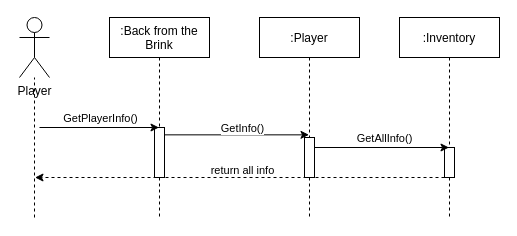
The draw.io diagram Documentation/Sequence Diagrams/View Player Information.drawio in cmcgarry5/csc2058-2021-g25, before the edit. Source tidied: cells renumbered, new cells numbered last; positions are measured from the earlier drawing's top-left corner, leaving out a move shared by most shapes. Both pictures are drawn from the tidied source at 100%, with x=0, y=0 at pixel (19, 17).
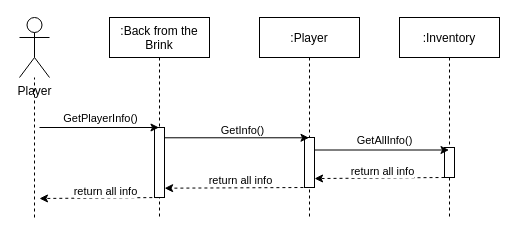
The same diagram, later.

The change refers to these unchanged cells:
```xml
<mxCell id="2" value=":Back from the &#10;Brink" style="shape=umlLifeline;perimeter=lifelinePerimeter;rounded=0;shadow=0;strokeWidth=1;" parent="1" vertex="1">
  <mxGeometry x="90" width="100" height="200" as="geometry" />
</mxCell>
<mxCell id="4" value=":Player" style="shape=umlLifeline;perimeter=lifelinePerimeter;rounded=0;shadow=0;strokeWidth=1;" parent="1" vertex="1">
  <mxGeometry x="240" width="100" height="200" as="geometry" />
</mxCell>
```

The edit, as a diff of the source:
```diff
@@
     <mxCell id="3" style="rounded=0;whiteSpace=wrap;html=1;" parent="2" vertex="1">
-      <mxGeometry x="45" y="110" width="10" height="50" as="geometry" />
+      <mxGeometry x="45" y="110" width="10" height="70" as="geometry" />
     </mxCell>
@@
     <mxCell id="5" style="rounded=0;whiteSpace=wrap;html=1;" parent="4" vertex="1">
-      <mxGeometry x="45" y="120" width="10" height="40" as="geometry" />
+      <mxGeometry x="45" y="120" width="10" height="50" as="geometry" />
     </mxCell>
@@
-    <mxCell id="17" style="endArrow=classic;html=1;dashed=1;" parent="1" edge="1">
+    <mxCell id="17" style="endArrow=classic;html=1;dashed=1;entryX=1.006;entryY=0.821;entryDx=0;entryDy=0;entryPerimeter=0;" parent="1" edge="1" target="5">
       <mxGeometry relative="1" as="geometry">
         <mxPoint x="425" y="160" as="sourcePoint" />
-        <mxPoint x="15.5" y="160" as="targetPoint" />
       </mxGeometry>
     </mxCell>
@@
+    <mxCell id="19" style="endArrow=classic;html=1;dashed=1;entryX=1.012;entryY=0.867;entryDx=0;entryDy=0;entryPerimeter=0;" parent="1" edge="1" target="3">
+      <mxGeometry relative="1" as="geometry">
+        <mxPoint x="289.9" y="170" as="sourcePoint" />
+      </mxGeometry>
+    </mxCell>
+    <mxCell id="20" value="return all info" style="edgeLabel;html=1;align=center;verticalAlign=middle;" parent="19" vertex="1">
+      <mxGeometry y="-1" relative="1" as="geometry">
+        <mxPoint x="2.4" y="-6.4" as="offset" />
+      </mxGeometry>
+    </mxCell>
+    <mxCell id="21" style="endArrow=classic;html=1;dashed=1;" parent="1" edge="1">
+      <mxGeometry relative="1" as="geometry">
+        <mxPoint x="144.8" y="180" as="sourcePoint" />
+        <mxPoint x="20" y="181" as="targetPoint" />
+      </mxGeometry>
+    </mxCell>
+    <mxCell id="22" value="return all info" style="edgeLabel;html=1;align=center;verticalAlign=middle;" parent="21" vertex="1">
+      <mxGeometry y="-1" relative="1" as="geometry">
+        <mxPoint x="2.4" y="-6.4" as="offset" />
+      </mxGeometry>
+    </mxCell>
```
